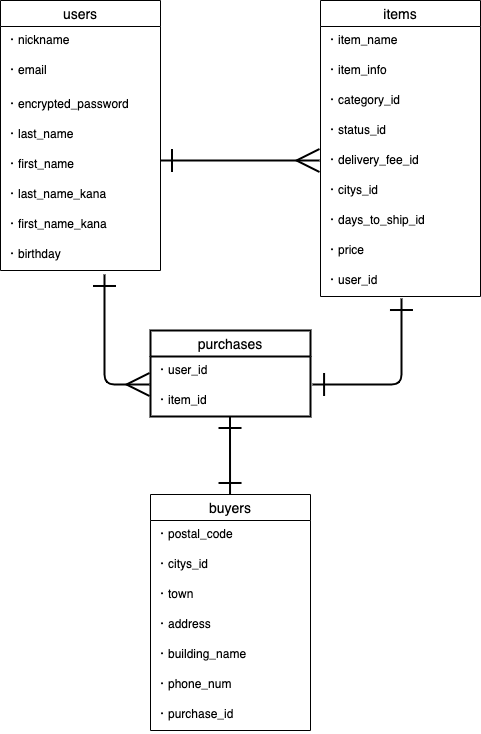
Before: .drawio.png, a diagram exported from draw.io (spice-wasabi/furima-31827). Source tidied: cells renumbered, new cells last; positions are measured from the earlier drawing's top-left corner, leaving out a move shared by most shapes.
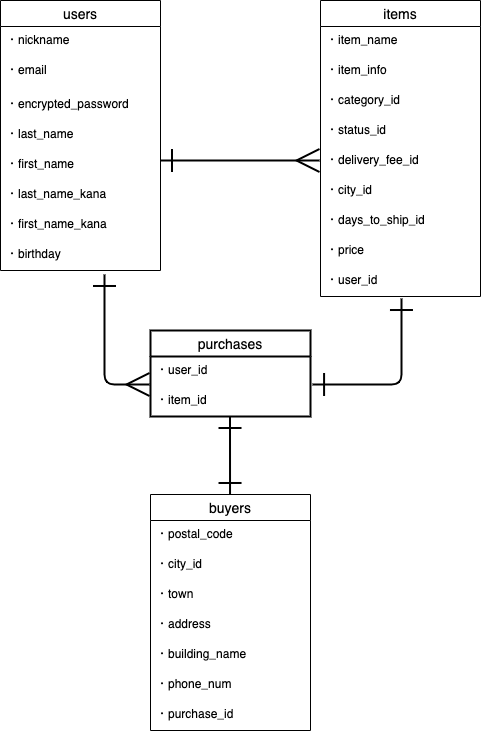
Later version of the same file.

Diff of the diagram source:
```diff
@@ -47,7 +47,7 @@
     <mxCell id="16" value="・delivery_fee_id" style="text;strokeColor=none;fillColor=none;spacingLeft=4;spacingRight=4;overflow=hidden;fontSize=12;" parent="11" vertex="1">
       <mxGeometry y="146" width="160" height="30" as="geometry" />
     </mxCell>
-    <mxCell id="17" value="・citys_id" style="text;strokeColor=none;fillColor=none;spacingLeft=4;spacingRight=4;overflow=hidden;fontSize=12;" parent="11" vertex="1">
+    <mxCell id="17" value="・city_id" style="text;strokeColor=none;fillColor=none;spacingLeft=4;spacingRight=4;overflow=hidden;fontSize=12;" parent="11" vertex="1">
       <mxGeometry y="176" width="160" height="30" as="geometry" />
     </mxCell>
     <mxCell id="18" value="・days_to_ship_id" style="text;strokeColor=none;fillColor=none;spacingLeft=4;spacingRight=4;overflow=hidden;fontSize=12;" parent="11" vertex="1">
@@ -100,7 +100,7 @@
     <mxCell id="29" value="・postal_code" style="text;strokeColor=none;fillColor=none;spacingLeft=4;spacingRight=4;overflow=hidden;fontSize=12;" parent="28" vertex="1">
       <mxGeometry y="26" width="160" height="30" as="geometry" />
     </mxCell>
-    <mxCell id="30" value="・citys_id" style="text;strokeColor=none;fillColor=none;spacingLeft=4;spacingRight=4;overflow=hidden;fontSize=12;" parent="28" vertex="1">
+    <mxCell id="30" value="・city_id" style="text;strokeColor=none;fillColor=none;spacingLeft=4;spacingRight=4;overflow=hidden;fontSize=12;" parent="28" vertex="1">
       <mxGeometry y="56" width="160" height="30" as="geometry" />
     </mxCell>
     <mxCell id="31" value="・town" style="text;strokeColor=none;fillColor=none;spacingLeft=4;spacingRight=4;overflow=hidden;fontSize=12;" parent="28" vertex="1">
```
